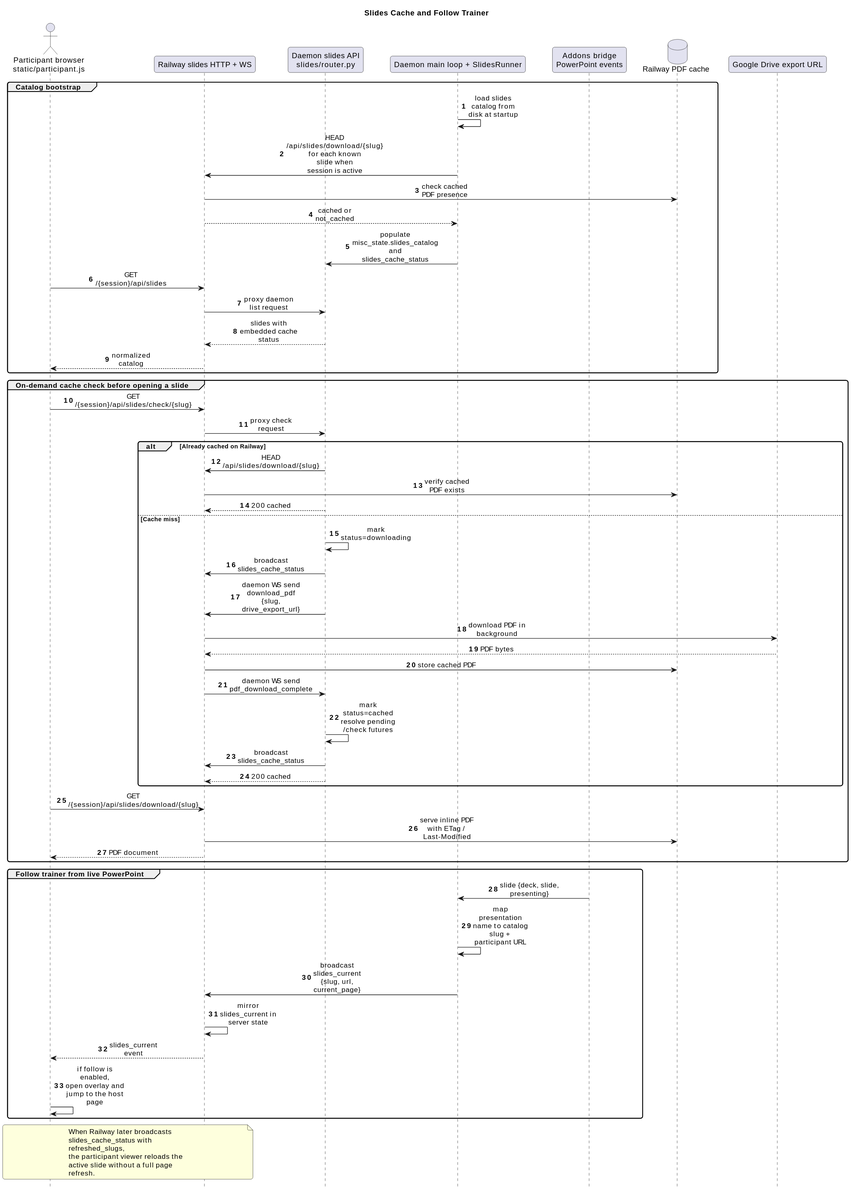
Earlier version of the PlantUML export docs/sequences/svg/06-slides-cache-and-follow-trainer.svg (victorrentea/training-assistant). The source it was exported from:
```plantuml
@startuml
title Slides Cache and Follow Trainer
hide footbox
autonumber

skinparam BackgroundColor transparent
skinparam SequenceMessageAlign center
skinparam ParticipantPadding 20
skinparam BoxPadding 10
skinparam MaxMessageSize 110
skinparam WrapWidth 220
skinparam RoundCorner 8

actor "Participant browser\nstatic/participant.js" as Participant
participant "Railway slides HTTP + WS" as Railway
participant "Daemon slides API\nslides/router.py" as SlidesAPI
participant "Daemon main loop + SlidesRunner" as Loop
participant "Addons bridge\nPowerPoint events" as Addons
database "Railway PDF cache" as Cache
participant "Google Drive export URL" as Drive

group Catalog bootstrap
Loop -> Loop: load slides catalog from disk at startup
Loop -> Railway: HEAD /api/slides/download/{slug}\nfor each known slide when session is active
Railway -> Cache: check cached PDF presence
Railway --> Loop: cached or not_cached
Loop -> SlidesAPI: populate misc_state.slides_catalog\nand slides_cache_status

Participant -> Railway: GET /{session}/api/slides
Railway -> SlidesAPI: proxy daemon list request
SlidesAPI --> Railway: slides with embedded cache status
Railway --> Participant: normalized catalog
end

group On-demand cache check before opening a slide
Participant -> Railway: GET /{session}/api/slides/check/{slug}
Railway -> SlidesAPI: proxy check request

alt Already cached on Railway
  SlidesAPI -> Railway: HEAD /api/slides/download/{slug}
  Railway -> Cache: verify cached PDF exists
  SlidesAPI --> Railway: 200 cached
else Cache miss
  SlidesAPI -> SlidesAPI: mark status=downloading
  SlidesAPI -> Railway: broadcast slides_cache_status
  SlidesAPI -> Railway: daemon WS send download_pdf {slug, drive_export_url}
  Railway -> Drive: download PDF in background
  Drive --> Railway: PDF bytes
  Railway -> Cache: store cached PDF
  Railway -> SlidesAPI: daemon WS send pdf_download_complete
  SlidesAPI -> SlidesAPI: mark status=cached\nresolve pending /check futures
  SlidesAPI -> Railway: broadcast slides_cache_status
  SlidesAPI --> Railway: 200 cached
end

Participant -> Railway: GET /{session}/api/slides/download/{slug}
Railway -> Cache: serve inline PDF with ETag / Last-Modified
Railway --> Participant: PDF document
end

group Follow trainer from live PowerPoint
Addons -> Loop: slide {deck, slide, presenting}
Loop -> Loop: map presentation name to catalog slug + participant URL
Loop -> Railway: broadcast slides_current {slug, url, current_page}
Railway -> Railway: mirror slides_current in server state
Railway --> Participant: slides_current event
Participant -> Participant: if follow is enabled,\nopen overlay and jump to the host page
end

note over Railway, Participant
When Railway later broadcasts slides_cache_status with refreshed_slugs,
the participant viewer reloads the active slide without a full page refresh.
end note
@enduml
```
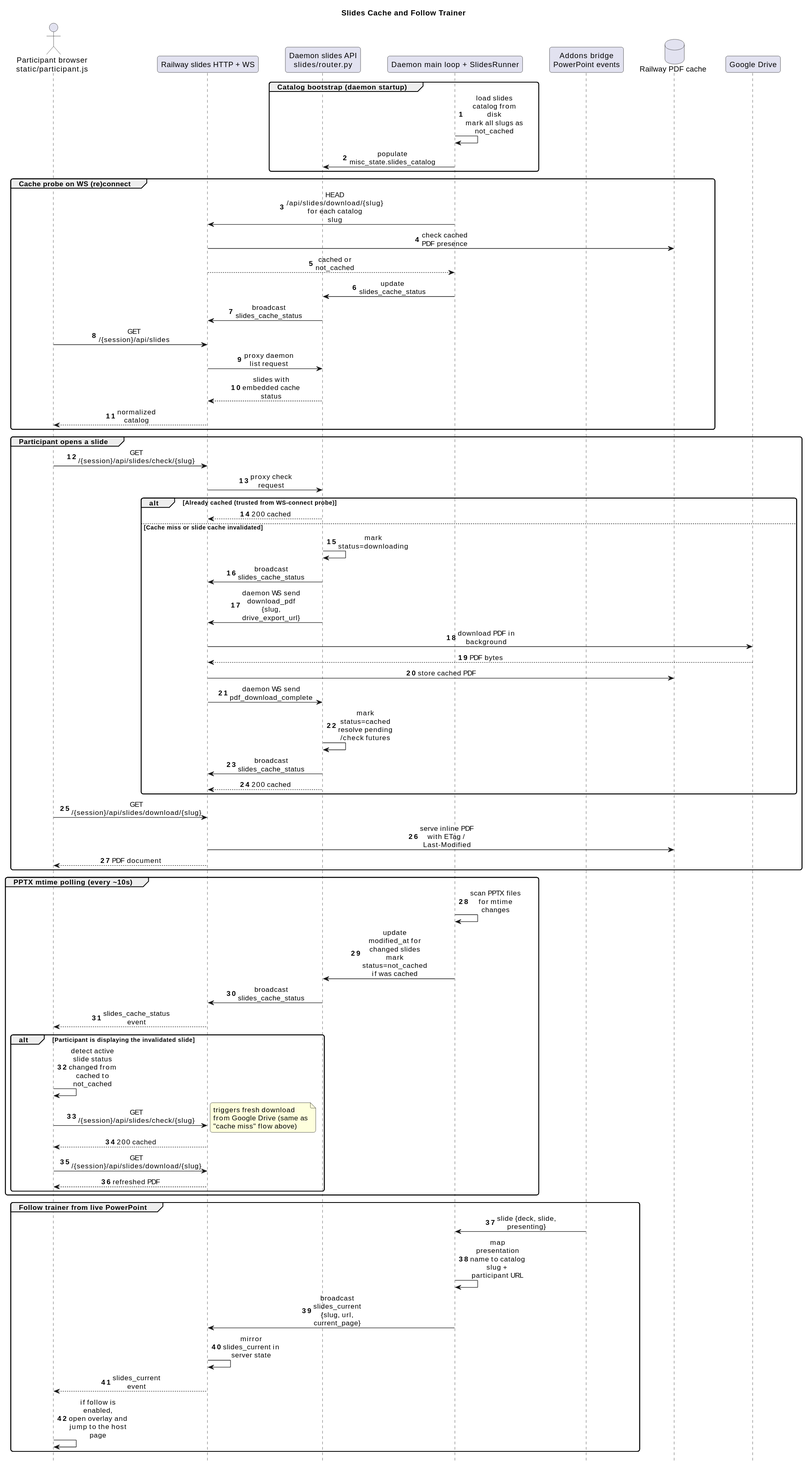
After the change.

Commit message:
refactor: move Railway cache probing to WS reconnect, auto-refresh slides on PPTX update

Diff of the diagram source:
```diff
@@ -17,14 +17,19 @@
 participant "Daemon main loop + SlidesRunner" as Loop
 participant "Addons bridge\nPowerPoint events" as Addons
 database "Railway PDF cache" as Cache
-participant "Google Drive export URL" as Drive
+participant "Google Drive" as Drive
 
-group Catalog bootstrap
-Loop -> Loop: load slides catalog from disk at startup
-Loop -> Railway: HEAD /api/slides/download/{slug}\nfor each known slide when session is active
+group Catalog bootstrap (daemon startup)
+Loop -> Loop: load slides catalog from disk\nmark all slugs as not_cached
+Loop -> SlidesAPI: populate misc_state.slides_catalog
+end
+
+group Cache probe on WS (re)connect
+Loop -> Railway: HEAD /api/slides/download/{slug}\nfor each catalog slug
 Railway -> Cache: check cached PDF presence
 Railway --> Loop: cached or not_cached
-Loop -> SlidesAPI: populate misc_state.slides_catalog\nand slides_cache_status
+Loop -> SlidesAPI: update slides_cache_status
+SlidesAPI -> Railway: broadcast slides_cache_status
 
 Participant -> Railway: GET /{session}/api/slides
 Railway -> SlidesAPI: proxy daemon list request
@@ -32,15 +37,13 @@
 Railway --> Participant: normalized catalog
 end
 
-group On-demand cache check before opening a slide
+group Participant opens a slide
 Participant -> Railway: GET /{session}/api/slides/check/{slug}
 Railway -> SlidesAPI: proxy check request
 
-alt Already cached on Railway
-  SlidesAPI -> Railway: HEAD /api/slides/download/{slug}
-  Railway -> Cache: verify cached PDF exists
+alt Already cached (trusted from WS-connect probe)
   SlidesAPI --> Railway: 200 cached
-else Cache miss
+else Cache miss or slide cache invalidated
   SlidesAPI -> SlidesAPI: mark status=downloading
   SlidesAPI -> Railway: broadcast slides_cache_status
   SlidesAPI -> Railway: daemon WS send download_pdf {slug, drive_export_url}
@@ -58,6 +61,22 @@
 Railway --> Participant: PDF document
 end
 
+group PPTX mtime polling (every ~10s)
+Loop -> Loop: scan PPTX files for mtime changes
+Loop -> SlidesAPI: update modified_at for changed slides\nmark status=not_cached if was cached
+SlidesAPI -> Railway: broadcast slides_cache_status
+Railway --> Participant: slides_cache_status event
+
+alt Participant is displaying the invalidated slide
+  Participant -> Participant: detect active slide status\nchanged from cached to not_cached
+  Participant -> Railway: GET /{session}/api/slides/check/{slug}
+  note right: triggers fresh download\nfrom Google Drive (same as\n"cache miss" flow above)
+  Railway --> Participant: 200 cached
+  Participant -> Railway: GET /{session}/api/slides/download/{slug}
+  Railway --> Participant: refreshed PDF
+end
+end
+
 group Follow trainer from live PowerPoint
 Addons -> Loop: slide {deck, slide, presenting}
 Loop -> Loop: map presentation name to catalog slug + participant URL
@@ -66,9 +85,4 @@
 Railway --> Participant: slides_current event
 Participant -> Participant: if follow is enabled,\nopen overlay and jump to the host page
 end
-
-note over Railway, Participant
-When Railway later broadcasts slides_cache_status with refreshed_slugs,
-the participant viewer reloads the active slide without a full page refresh.
-end note
 @enduml
```
